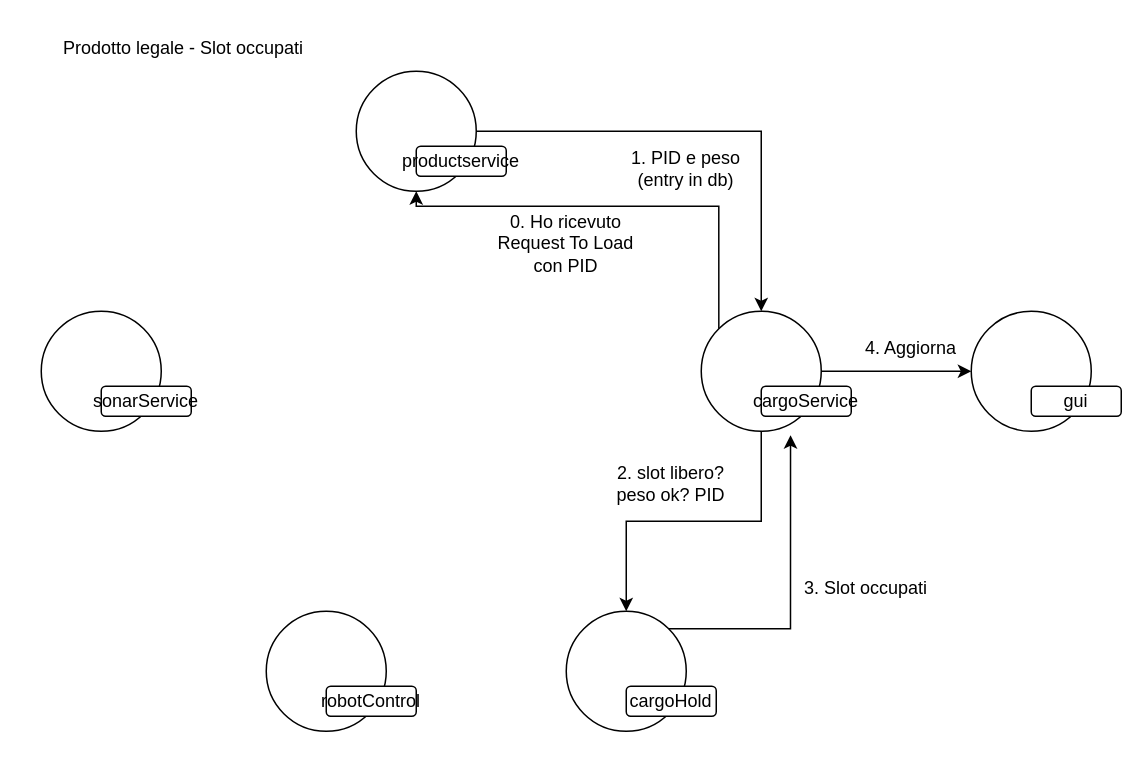
MarcoCrisafulli5/ISS2025-BrunoCrisafulliGiannitti keeps this draw.io diagram as page "Neg3 - Slot Occupati" (4 of 4) of userDocs/Sprint0.drawio. Above is the earlier version. Source tidied: cells renumbered, new cells numbered last; positions are measured from the earlier drawing's top-left corner, leaving out a move shared by most shapes. Both pictures are drawn from the tidied source at 150%, with x=0, y=0 at pixel (26, 26).
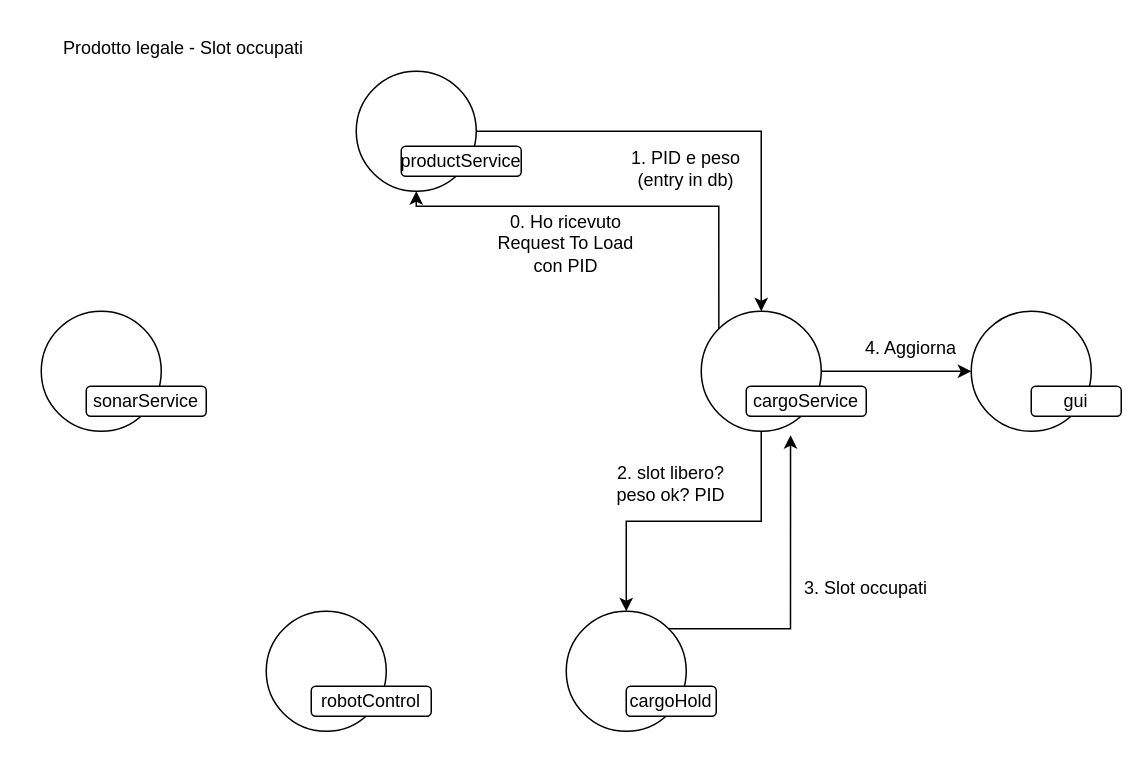
After the change.

The edit, as a diff of the source:
```diff
@@
     <mxCell id="4" value="sonarService" style="rounded=1;whiteSpace=wrap;html=1;" parent="1" vertex="1">
-      <mxGeometry x="50" y="240" width="60" height="20" as="geometry" />
+      <mxGeometry x="40" y="240" width="80" height="20" as="geometry" />
     </mxCell>
@@
     <mxCell id="9" value="cargoService" style="rounded=1;whiteSpace=wrap;html=1;" parent="1" vertex="1">
-      <mxGeometry x="490" y="240" width="60" height="20" as="geometry" />
+      <mxGeometry x="480" y="240" width="80" height="20" as="geometry" />
     </mxCell>
@@
-    <mxCell id="12" value="productservice" style="rounded=1;whiteSpace=wrap;html=1;" parent="1" vertex="1">
-      <mxGeometry x="260" y="80" width="60" height="20" as="geometry" />
+    <mxCell id="12" value="productService" style="rounded=1;whiteSpace=wrap;html=1;" parent="1" vertex="1">
+      <mxGeometry x="250" y="80" width="80" height="20" as="geometry" />
     </mxCell>
@@
     <mxCell id="14" value="robotControl" style="rounded=1;whiteSpace=wrap;html=1;" parent="1" vertex="1">
-      <mxGeometry x="200" y="440" width="60" height="20" as="geometry" />
+      <mxGeometry x="190" y="440" width="80" height="20" as="geometry" />
     </mxCell>
```
